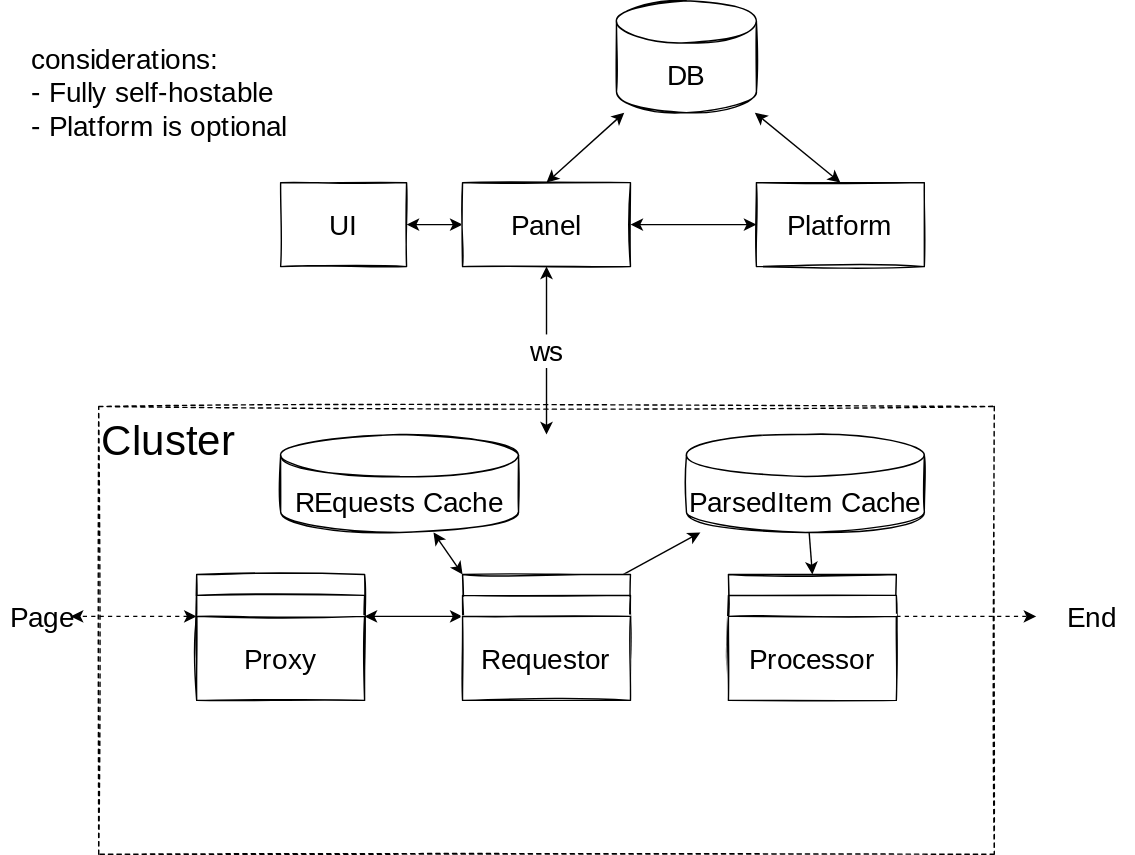
Before: docs/architecture.drawio.svg, a diagram exported from draw.io (elixir-crawly/crawly). Source tidied: cells renumbered, new cells last; positions are measured from the earlier drawing's top-left corner, leaving out a move shared by most shapes.
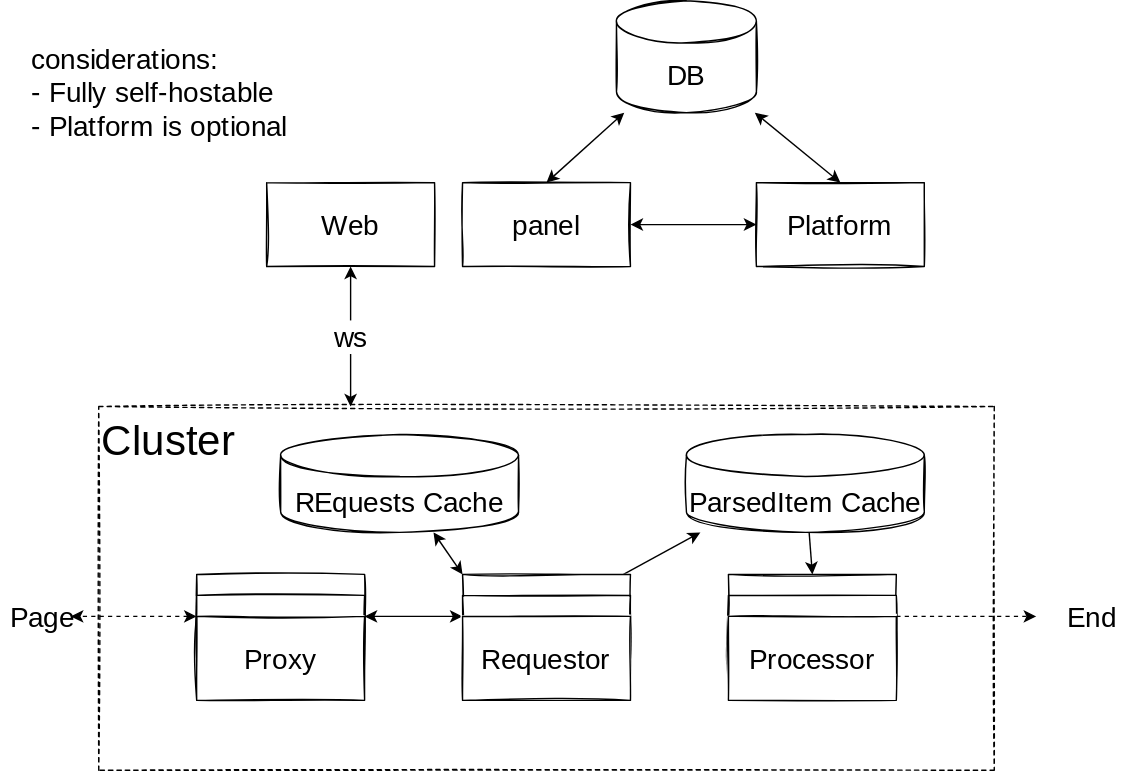
After the change.

Change to the diagram source:
```diff
@@ -3,7 +3,7 @@
     <mxCell id="0" />
     <mxCell id="1" parent="0" />
     <mxCell id="2" value="&lt;font style=&quot;font-size: 30px&quot;&gt;Cluster&lt;/font&gt;" style="rounded=0;whiteSpace=wrap;html=1;fillColor=none;dashed=1;sketch=1;align=left;verticalAlign=top;fontFamily=Nanum Pen Script;fontSource=https%3A%2F%2Ffonts.googleapis.com%2Fcss%3Ffamily%3DNanum%2BPen%2BScript;fontSize=20;" parent="1" vertex="1">
-      <mxGeometry x="70" y="290" width="640" height="320" as="geometry" />
+      <mxGeometry x="70" y="290" width="640" height="260" as="geometry" />
     </mxCell>
     <mxCell id="3" style="edgeStyle=none;html=1;fontFamily=Nanum Pen Script;fontSource=https%3A%2F%2Ffonts.googleapis.com%2Fcss%3Ffamily%3DNanum%2BPen%2BScript;fontSize=20;startArrow=none;startFill=0;dashed=1;" parent="1" edge="1" source="4">
       <mxGeometry relative="1" as="geometry">
@@ -13,18 +13,15 @@
     <mxCell id="4" value="Processor" style="rounded=0;whiteSpace=wrap;html=1;sketch=1;fontFamily=Nanum Pen Script;fontSource=https%3A%2F%2Ffonts.googleapis.com%2Fcss%3Ffamily%3DNanum%2BPen%2BScript;fontSize=20;" parent="1" vertex="1">
       <mxGeometry x="520" y="410" width="120" height="60" as="geometry" />
     </mxCell>
-    <mxCell id="5" value="ws" style="edgeStyle=none;html=1;entryX=0.5;entryY=0;entryDx=0;entryDy=0;fontFamily=Nanum Pen Script;fontSource=https%3A%2F%2Ffonts.googleapis.com%2Fcss%3Ffamily%3DNanum%2BPen%2BScript;fontSize=20;startArrow=classic;startFill=1;" parent="1" edge="1" source="8">
+    <mxCell id="5" value="ws" style="edgeStyle=none;html=1;fontFamily=Nanum Pen Script;fontSource=https%3A%2F%2Ffonts.googleapis.com%2Fcss%3Ffamily%3DNanum%2BPen%2BScript;fontSize=20;startArrow=classic;startFill=1;exitX=0.5;exitY=1;exitDx=0;exitDy=0;" parent="1" edge="1" source="32">
       <mxGeometry relative="1" as="geometry">
-        <mxPoint x="390" y="310" as="targetPoint" />
+        <mxPoint x="250" y="290" as="targetPoint" />
       </mxGeometry>
     </mxCell>
     <mxCell id="6" style="edgeStyle=none;html=1;entryX=0;entryY=0.5;entryDx=0;entryDy=0;fontFamily=Nanum Pen Script;fontSource=https%3A%2F%2Ffonts.googleapis.com%2Fcss%3Ffamily%3DNanum%2BPen%2BScript;fontSize=20;startArrow=classic;startFill=1;" parent="1" edge="1" source="8" target="14">
       <mxGeometry relative="1" as="geometry" />
     </mxCell>
-    <mxCell id="7" style="edgeStyle=none;html=1;entryX=1;entryY=0.5;entryDx=0;entryDy=0;startArrow=classic;startFill=1;" parent="1" edge="1" source="8" target="31">
-      <mxGeometry relative="1" as="geometry" />
-    </mxCell>
-    <mxCell id="8" value="Panel" style="rounded=0;whiteSpace=wrap;html=1;sketch=1;fontFamily=Nanum Pen Script;fontSource=https%3A%2F%2Ffonts.googleapis.com%2Fcss%3Ffamily%3DNanum%2BPen%2BScript;fontSize=20;" parent="1" vertex="1">
+    <mxCell id="8" value="panel" style="rounded=0;whiteSpace=wrap;html=1;sketch=1;fontFamily=Nanum Pen Script;fontSource=https%3A%2F%2Ffonts.googleapis.com%2Fcss%3Ffamily%3DNanum%2BPen%2BScript;fontSize=20;" parent="1" vertex="1">
       <mxGeometry x="330" y="130" width="120" height="60" as="geometry" />
     </mxCell>
     <mxCell id="9" style="edgeStyle=none;html=1;fontFamily=Nanum Pen Script;fontSource=https%3A%2F%2Ffonts.googleapis.com%2Fcss%3Ffamily%3DNanum%2BPen%2BScript;fontSize=20;startArrow=none;startFill=0;" parent="1" edge="1" source="10">
@@ -97,8 +94,8 @@
     <mxCell id="30" value="REquests Cache" style="shape=cylinder3;whiteSpace=wrap;html=1;boundedLbl=1;backgroundOutline=1;size=15;sketch=1;fontFamily=Nanum Pen Script;fontSource=https%3A%2F%2Ffonts.googleapis.com%2Fcss%3Ffamily%3DNanum%2BPen%2BScript;fontSize=20;fillColor=none;" parent="1" vertex="1">
       <mxGeometry x="200" y="310" width="170" height="70" as="geometry" />
     </mxCell>
-    <mxCell id="31" value="UI" style="rounded=0;whiteSpace=wrap;html=1;sketch=1;fontFamily=Nanum Pen Script;fontSource=https%3A%2F%2Ffonts.googleapis.com%2Fcss%3Ffamily%3DNanum%2BPen%2BScript;fontSize=20;" parent="1" vertex="1">
-      <mxGeometry x="200" y="130" width="90" height="60" as="geometry" />
-    </mxCell>
+    <mxCell id="32" value="Web" style="rounded=0;whiteSpace=wrap;html=1;sketch=1;fontFamily=Nanum Pen Script;fontSource=https%3A%2F%2Ffonts.googleapis.com%2Fcss%3Ffamily%3DNanum%2BPen%2BScript;fontSize=20;" parent="1" vertex="1">
+      <mxGeometry x="190" y="130" width="120" height="60" as="geometry" />
+    </mxCell>
   </root>
 </mxGraphModel>
```
